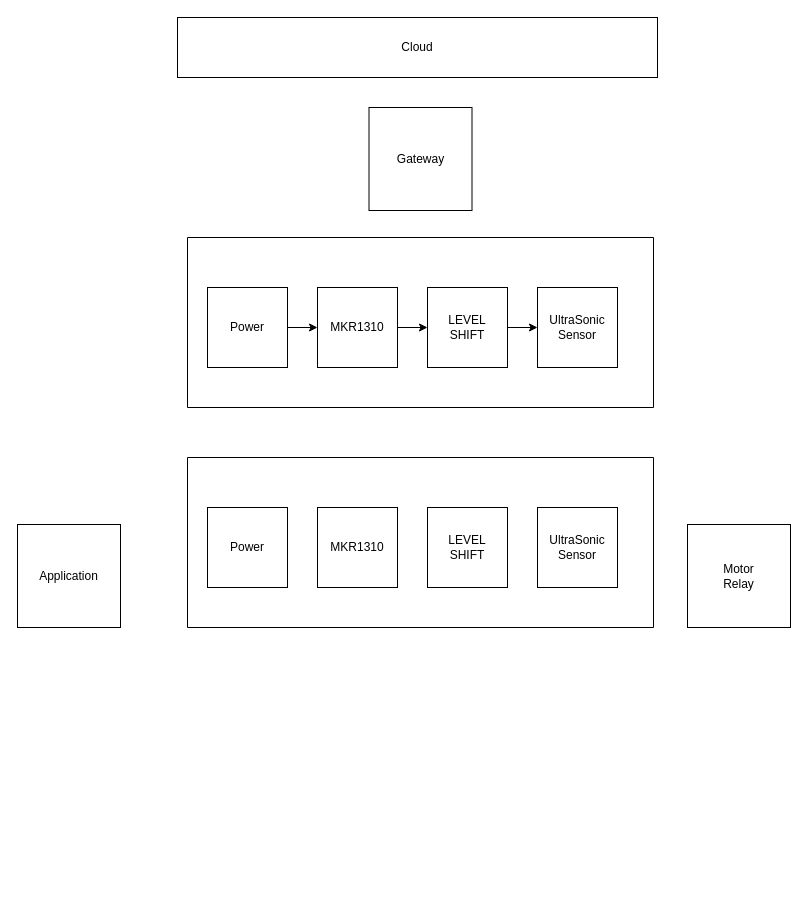
Above: simulator/LoarEndNodeDemo.drawio in get2akshay/nl (draw.io), before the change. Source tidied: cells renumbered, new cells numbered last; positions are measured from the earlier drawing's top-left corner, leaving out a move shared by most shapes. Both pictures are drawn from the tidied source at 100%, with x=0, y=0 at pixel (17, 17).
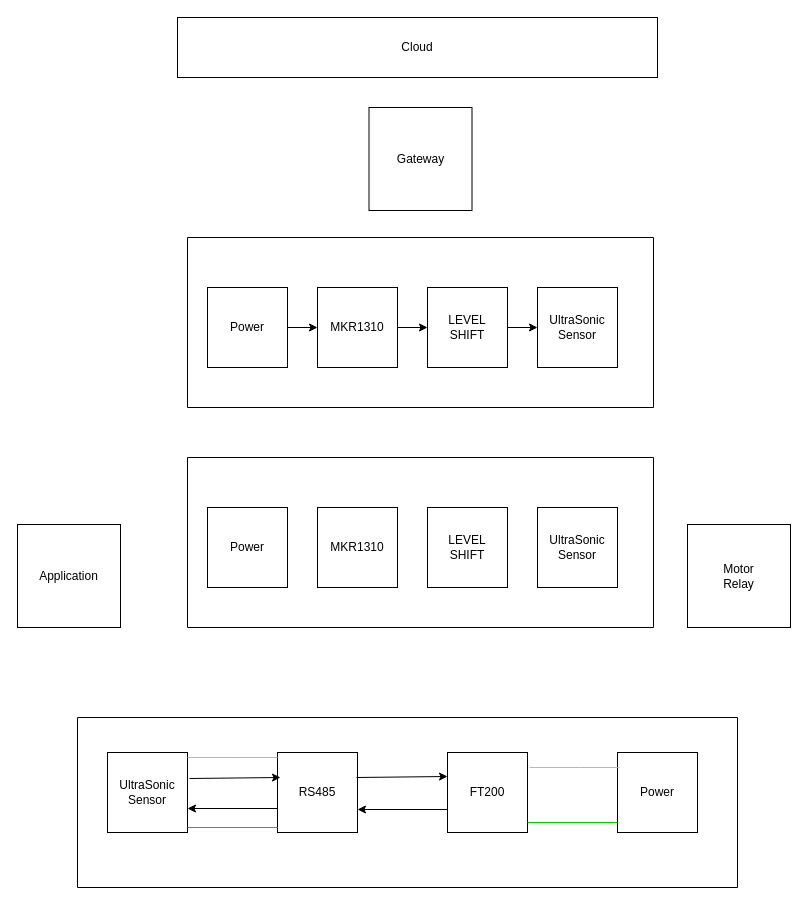
After the change.

The edit, as a diff of the source:
```diff
@@
+    <mxCell id="20" style="swimlane;startSize=0;" parent="1" vertex="1">
+      <mxGeometry x="60" y="700" width="660" height="170" as="geometry" />
+    </mxCell>
+    <mxCell id="21" value="RS485" style="whiteSpace=wrap;html=1;" parent="20" vertex="1">
+      <mxGeometry x="200" y="35" width="80" height="80" as="geometry" />
+    </mxCell>
+    <mxCell id="22" value="Power" style="whiteSpace=wrap;html=1;" parent="20" vertex="1">
+      <mxGeometry x="540" y="35" width="80" height="80" as="geometry" />
+    </mxCell>
+    <mxCell id="23" value="FT200" style="whiteSpace=wrap;html=1;" parent="20" vertex="1">
+      <mxGeometry x="370" y="35" width="80" height="80" as="geometry" />
+    </mxCell>
+    <mxCell id="24" value="UltraSonic&lt;div&gt;Sensor&lt;/div&gt;" style="whiteSpace=wrap;html=1;" parent="20" vertex="1">
+      <mxGeometry x="30" y="35" width="80" height="80" as="geometry" />
+    </mxCell>
+    <mxCell id="25" style="endArrow=classic;html=1;rounded=0;entryX=0.038;entryY=0.163;entryDx=0;entryDy=0;exitX=1.025;exitY=0.175;exitDx=0;exitDy=0;exitPerimeter=0;entryPerimeter=0;" parent="20" edge="1">
+      <mxGeometry relative="1" as="geometry">
+        <mxPoint x="112" y="61" as="sourcePoint" />
+        <mxPoint x="203" y="60" as="targetPoint" />
+      </mxGeometry>
+    </mxCell>
+    <mxCell id="26" style="endArrow=classic;html=1;rounded=0;exitX=0;exitY=0.5;exitDx=0;exitDy=0;entryX=1;entryY=0.5;entryDx=0;entryDy=0;" parent="20" edge="1">
+      <mxGeometry relative="1" as="geometry">
+        <mxPoint x="200" y="91" as="sourcePoint" />
+        <mxPoint x="110" y="91" as="targetPoint" />
+      </mxGeometry>
+    </mxCell>
+    <mxCell id="27" style="endArrow=none;html=1;rounded=0;entryX=0;entryY=0.75;entryDx=0;entryDy=0;exitX=1;exitY=0.75;exitDx=0;exitDy=0;fillColor=#00CC00;strokeColor=#00CC00;" parent="20" edge="1">
+      <mxGeometry relative="1" as="geometry">
+        <mxPoint x="110" y="110" as="sourcePoint" />
+        <mxPoint x="200" y="110" as="targetPoint" />
+      </mxGeometry>
+    </mxCell>
+    <mxCell id="28" style="endArrow=classic;html=1;rounded=0;entryX=0.038;entryY=0.163;entryDx=0;entryDy=0;exitX=1.025;exitY=0.175;exitDx=0;exitDy=0;exitPerimeter=0;entryPerimeter=0;" parent="20" edge="1">
+      <mxGeometry relative="1" as="geometry">
+        <mxPoint x="279" y="60" as="sourcePoint" />
+        <mxPoint x="370" y="59" as="targetPoint" />
+      </mxGeometry>
+    </mxCell>
+    <mxCell id="29" style="endArrow=classic;html=1;rounded=0;exitX=0;exitY=0.5;exitDx=0;exitDy=0;entryX=1;entryY=0.5;entryDx=0;entryDy=0;" parent="20" edge="1">
+      <mxGeometry relative="1" as="geometry">
+        <mxPoint x="370" y="92" as="sourcePoint" />
+        <mxPoint x="280" y="92" as="targetPoint" />
+      </mxGeometry>
+    </mxCell>
+    <mxCell id="30" style="endArrow=none;html=1;rounded=0;entryX=0;entryY=0.75;entryDx=0;entryDy=0;exitX=1;exitY=0.75;exitDx=0;exitDy=0;strokeColor=#FF9999;" parent="20" edge="1">
+      <mxGeometry relative="1" as="geometry">
+        <mxPoint x="110" y="40" as="sourcePoint" />
+        <mxPoint x="200" y="40" as="targetPoint" />
+        <Array as="points">
+          <mxPoint x="160" y="40" />
+        </Array>
+      </mxGeometry>
+    </mxCell>
+    <mxCell id="31" style="endArrow=none;html=1;rounded=0;entryX=0;entryY=0.75;entryDx=0;entryDy=0;exitX=1;exitY=0.75;exitDx=0;exitDy=0;fillColor=#00CC00;strokeColor=#00CC00;" parent="1" edge="1">
+      <mxGeometry relative="1" as="geometry">
+        <mxPoint x="510" y="805" as="sourcePoint" />
+        <mxPoint x="600" y="805" as="targetPoint" />
+      </mxGeometry>
+    </mxCell>
+    <mxCell id="32" style="endArrow=none;html=1;rounded=0;entryX=0;entryY=0.75;entryDx=0;entryDy=0;exitX=1;exitY=0.75;exitDx=0;exitDy=0;strokeColor=#FF9999;" parent="1" edge="1">
+      <mxGeometry relative="1" as="geometry">
+        <mxPoint x="512" y="750" as="sourcePoint" />
+        <mxPoint x="602" y="750" as="targetPoint" />
+        <Array as="points">
+          <mxPoint x="562" y="750" />
+        </Array>
+      </mxGeometry>
+    </mxCell>
```
